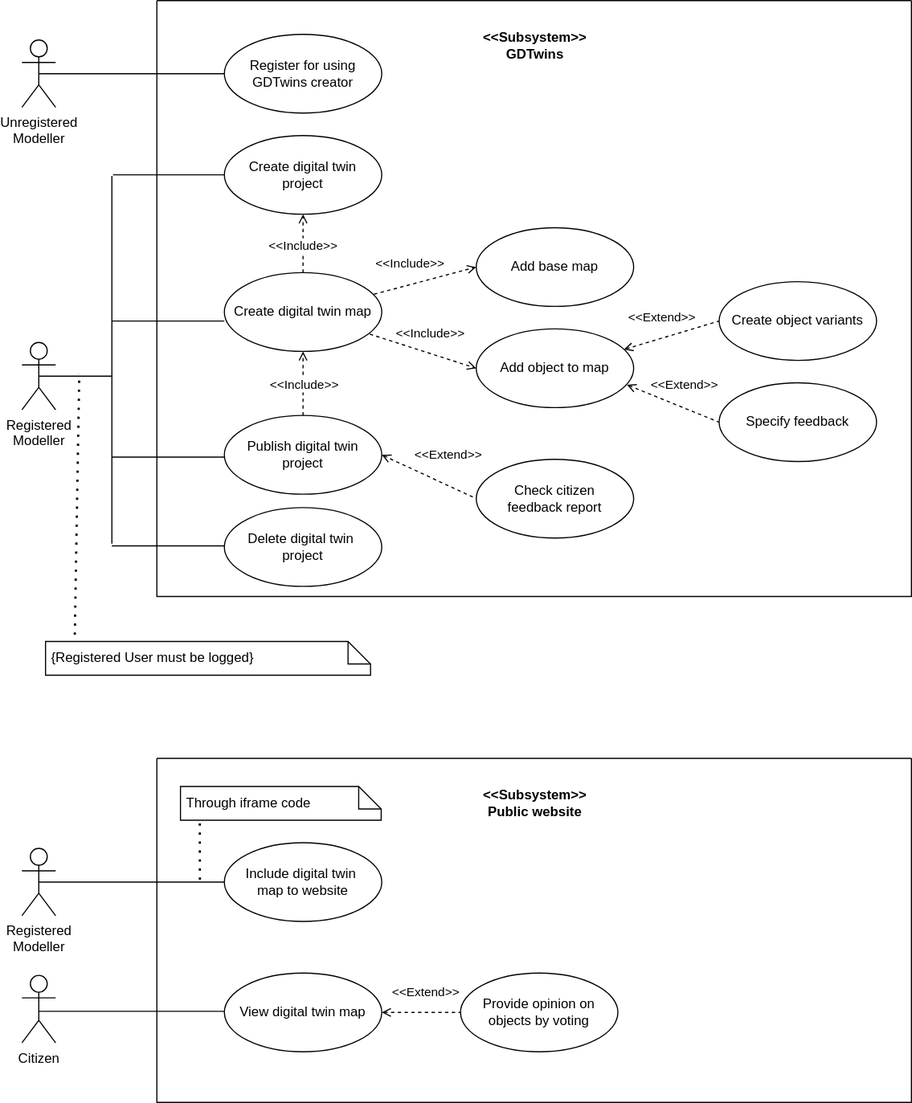
This is documentation/diagrams/usecase.drawio.svg from pavelberanek91/gdtwins, a draw.io export, as it was before one commit. Source tidied: cells renumbered, new cells last; positions are measured from the earlier drawing's top-left corner, leaving out a move shared by most shapes.
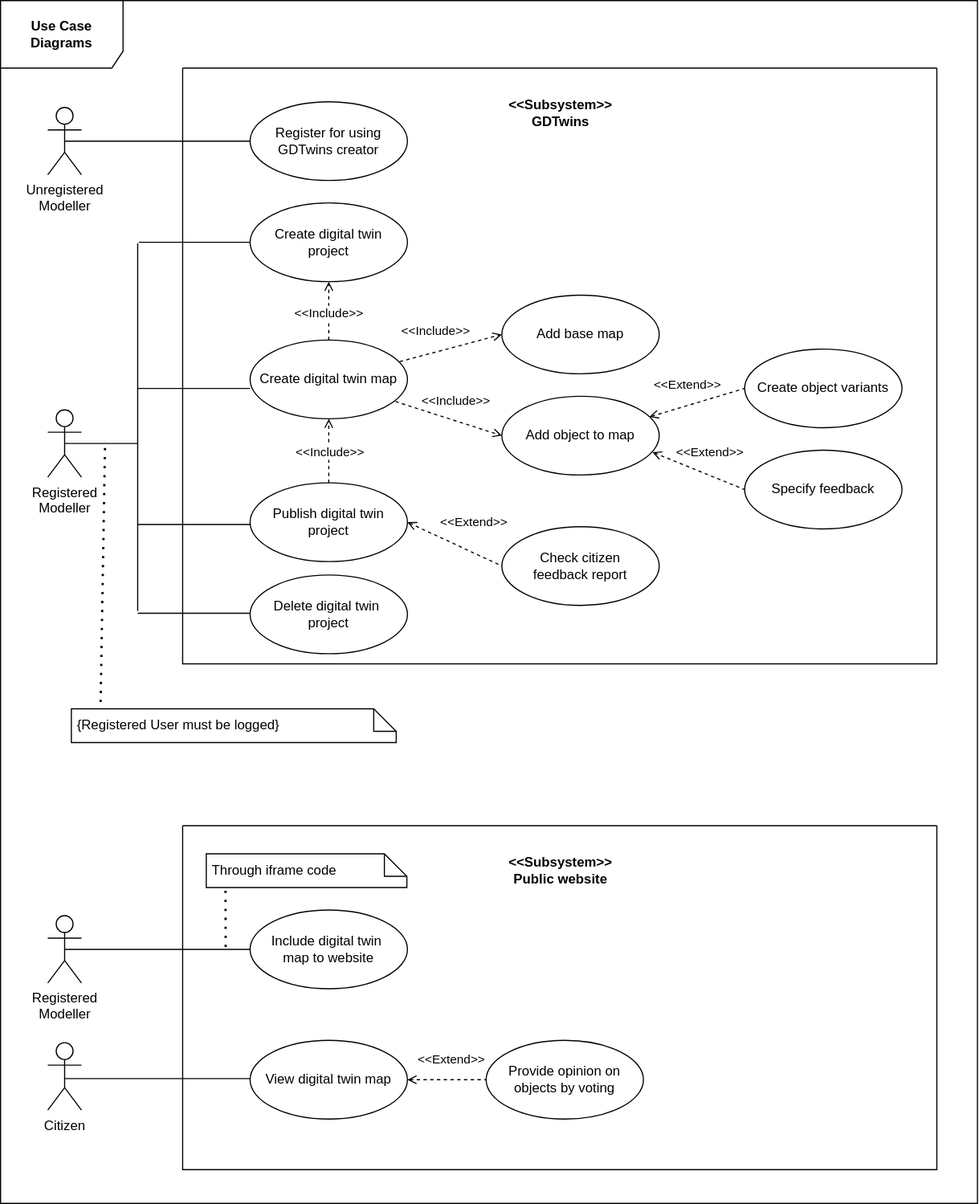
Later version of the same file.

Commit message:
added frames to all diagrams

The edit, as a diff of the source:
```diff
@@ -183,5 +183,8 @@
     <mxCell id="51" value="&amp;lt;&amp;lt;Include&amp;gt;&amp;gt;" style="edgeLabel;html=1;align=center;verticalAlign=middle;" parent="50" vertex="1">
       <mxGeometry x="-0.02" relative="1" as="geometry" />
     </mxCell>
+    <mxCell id="52" value="&lt;b&gt;Use Case&lt;br&gt;Diagrams&lt;/b&gt;" style="shape=umlFrame;whiteSpace=wrap;html=1;width=109;height=60;" parent="1" vertex="1">
+      <mxGeometry x="-42" y="-60" width="869.1" height="1070" as="geometry" />
+    </mxCell>
   </root>
 </mxGraphModel>
```
